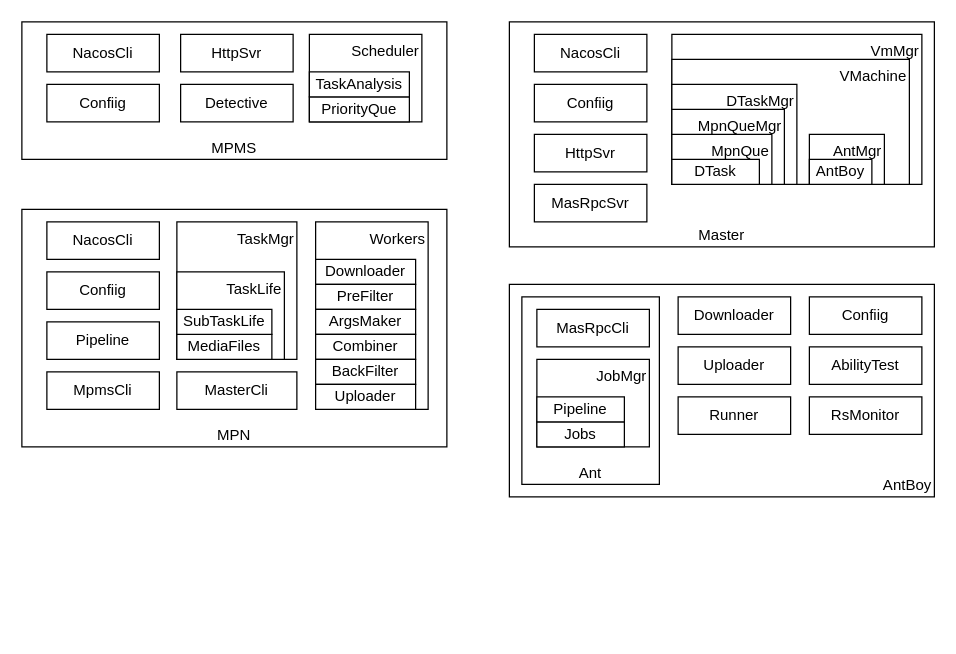
zebra-min/my-design keeps this draw.io diagram as page "第二层" (2 of 3) of 梧桐.drawio. Above is the earlier version. Source tidied: cells renumbered, new cells numbered last; positions are measured from the earlier drawing's top-left corner, leaving out a move shared by most shapes. Both pictures are drawn from the tidied source at 125%, with x=0, y=0 at pixel (21, 21).
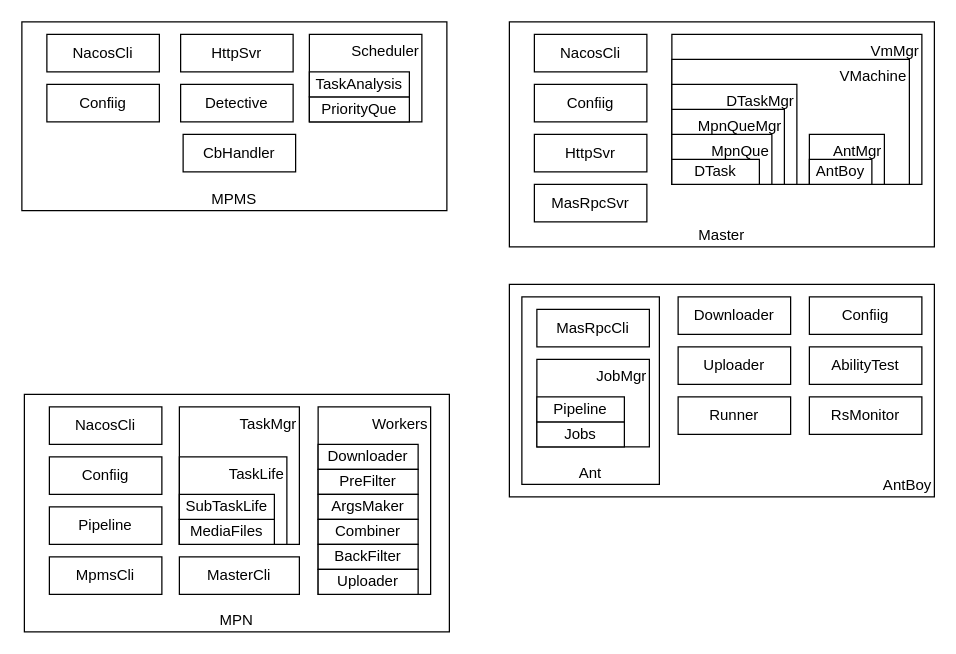
Above is the later version.

The edit, as a diff of the source:
```diff
@@
     <mxCell id="3" value="MPN" style="rounded=0;whiteSpace=wrap;html=1;align=center;verticalAlign=bottom;" parent="1" vertex="1">
-      <mxGeometry y="150" width="340" height="190" as="geometry" />
+      <mxGeometry x="2" y="298" width="340" height="190" as="geometry" />
     </mxCell>
     <mxCell id="4" value="Workers" style="rounded=0;whiteSpace=wrap;html=1;horizontal=1;align=right;verticalAlign=top;" parent="1" vertex="1">
-      <mxGeometry x="235" y="160" width="90" height="150" as="geometry" />
+      <mxGeometry x="237" y="308" width="90" height="150" as="geometry" />
     </mxCell>
@@
     <mxCell id="20" value="Pipeline" style="rounded=0;whiteSpace=wrap;html=1;" parent="1" vertex="1">
-      <mxGeometry x="20" y="240" width="90" height="30" as="geometry" />
+      <mxGeometry x="22" y="388" width="90" height="30" as="geometry" />
     </mxCell>
     <mxCell id="21" value="Confiig" style="rounded=0;whiteSpace=wrap;html=1;" parent="1" vertex="1">
-      <mxGeometry x="20" y="200" width="90" height="30" as="geometry" />
+      <mxGeometry x="22" y="348" width="90" height="30" as="geometry" />
     </mxCell>
     <mxCell id="22" value="Downloader" style="rounded=0;whiteSpace=wrap;html=1;" parent="1" vertex="1">
-      <mxGeometry x="235" y="190" width="80" height="20" as="geometry" />
+      <mxGeometry x="237" y="338" width="80" height="20" as="geometry" />
     </mxCell>
     <mxCell id="23" value="NacosCli" style="rounded=0;whiteSpace=wrap;html=1;" parent="1" vertex="1">
-      <mxGeometry x="20" y="160" width="90" height="30" as="geometry" />
+      <mxGeometry x="22" y="308" width="90" height="30" as="geometry" />
     </mxCell>
     <mxCell id="24" value="TaskMgr" style="rounded=0;whiteSpace=wrap;html=1;horizontal=1;align=right;verticalAlign=top;" parent="1" vertex="1">
-      <mxGeometry x="124" y="160" width="96" height="110" as="geometry" />
+      <mxGeometry x="126" y="308" width="96" height="110" as="geometry" />
     </mxCell>
     <mxCell id="25" value="TaskLife" style="rounded=0;whiteSpace=wrap;html=1;verticalAlign=top;align=right;" parent="1" vertex="1">
-      <mxGeometry x="124" y="200" width="86" height="70" as="geometry" />
+      <mxGeometry x="126" y="348" width="86" height="70" as="geometry" />
     </mxCell>
     <mxCell id="26" value="MediaFiles" style="rounded=0;whiteSpace=wrap;html=1;" parent="1" vertex="1">
-      <mxGeometry x="124" y="250" width="76" height="20" as="geometry" />
+      <mxGeometry x="126" y="398" width="76" height="20" as="geometry" />
     </mxCell>
     <mxCell id="27" value="PreFilter" style="rounded=0;whiteSpace=wrap;html=1;" parent="1" vertex="1">
-      <mxGeometry x="235" y="210" width="80" height="20" as="geometry" />
+      <mxGeometry x="237" y="358" width="80" height="20" as="geometry" />
     </mxCell>
     <mxCell id="28" value="ArgsMaker" style="rounded=0;whiteSpace=wrap;html=1;" parent="1" vertex="1">
-      <mxGeometry x="235" y="230" width="80" height="20" as="geometry" />
+      <mxGeometry x="237" y="378" width="80" height="20" as="geometry" />
     </mxCell>
     <mxCell id="29" value="Combiner" style="rounded=0;whiteSpace=wrap;html=1;" parent="1" vertex="1">
-      <mxGeometry x="235" y="250" width="80" height="20" as="geometry" />
+      <mxGeometry x="237" y="398" width="80" height="20" as="geometry" />
     </mxCell>
@@
     <mxCell id="31" value="SubTaskLife" style="rounded=0;whiteSpace=wrap;html=1;" parent="1" vertex="1">
-      <mxGeometry x="124" y="230" width="76" height="20" as="geometry" />
+      <mxGeometry x="126" y="378" width="76" height="20" as="geometry" />
     </mxCell>
     <mxCell id="32" value="BackFilter" style="rounded=0;whiteSpace=wrap;html=1;" parent="1" vertex="1">
-      <mxGeometry x="235" y="270" width="80" height="20" as="geometry" />
+      <mxGeometry x="237" y="418" width="80" height="20" as="geometry" />
     </mxCell>
     <mxCell id="33" value="Uploader" style="rounded=0;whiteSpace=wrap;html=1;" parent="1" vertex="1">
-      <mxGeometry x="235" y="290" width="80" height="20" as="geometry" />
+      <mxGeometry x="237" y="438" width="80" height="20" as="geometry" />
     </mxCell>
     <mxCell id="34" value="MpmsCli" style="rounded=0;whiteSpace=wrap;html=1;" parent="1" vertex="1">
-      <mxGeometry x="20" y="280" width="90" height="30" as="geometry" />
+      <mxGeometry x="22" y="428" width="90" height="30" as="geometry" />
     </mxCell>
     <mxCell id="35" value="MasterCli" style="rounded=0;whiteSpace=wrap;html=1;" parent="1" vertex="1">
-      <mxGeometry x="124" y="280" width="96" height="30" as="geometry" />
+      <mxGeometry x="126" y="428" width="96" height="30" as="geometry" />
     </mxCell>
     <mxCell id="36" value="MPMS" style="rounded=0;whiteSpace=wrap;html=1;align=center;verticalAlign=bottom;" parent="1" vertex="1">
-      <mxGeometry width="340" height="110" as="geometry" />
+      <mxGeometry width="340" height="151" as="geometry" />
     </mxCell>
@@
+    <mxCell id="52" value="CbHandler" style="rounded=0;whiteSpace=wrap;html=1;" parent="1" vertex="1">
+      <mxGeometry x="129" y="90" width="90" height="30" as="geometry" />
+    </mxCell>
```
